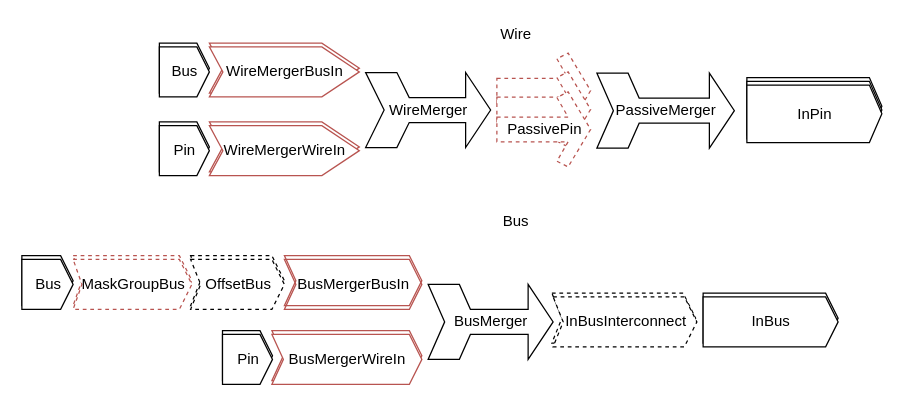
kopavel/KiCadLogicalSchemeSimulator keeps this draw.io diagram as stuff/model.drawio. Above is the earlier version. Source tidied: cells renumbered, new cells numbered last; positions are measured from the earlier drawing's top-left corner, leaving out a move shared by most shapes. Both pictures are drawn from the tidied source at 125%, with x=0, y=0 at pixel (21, 21).
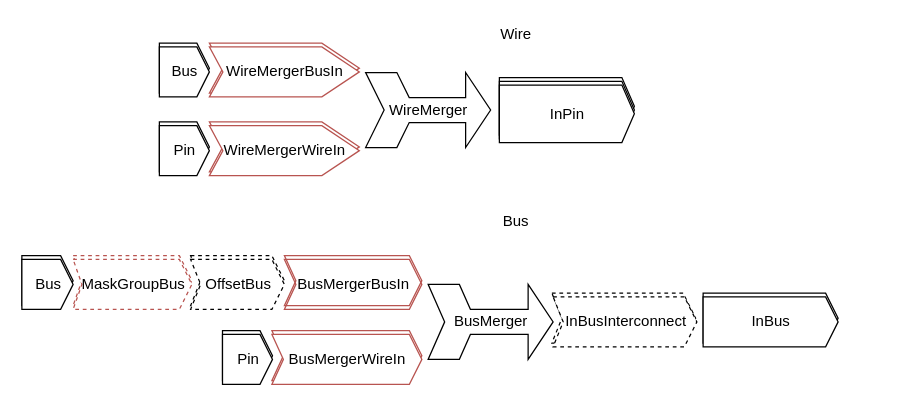
Above is the later version.

Change to the diagram source:
```diff
@@
-    <mxCell id="2" style="html=1;shadow=0;dashed=1;align=center;verticalAlign=middle;shape=mxgraph.arrows2.sharpArrow2;dy1=0.67;dx1=18;dx2=18;dy3=0.15;dx3=27;notch=0;strokeColor=#B85450;" parent="1" vertex="1">
-      <mxGeometry x="380" y="25" width="75" height="60" as="geometry" />
-    </mxCell>
@@
-    <mxCell id="14" style="html=1;shadow=0;dashed=1;align=center;verticalAlign=middle;shape=mxgraph.arrows2.sharpArrow2;dy1=0.67;dx1=18;dx2=18;dy3=0.15;dx3=27;notch=0;strokeColor=#B85450;" parent="1" vertex="1">
-      <mxGeometry x="380" y="40" width="75" height="60" as="geometry" />
-    </mxCell>
     <mxCell id="15" value="&lt;div style=&quot;background-color: #ffffff ; color: #080808&quot;&gt;&lt;pre style=&quot;font-family: &amp;#34;lucida console&amp;#34; , monospace ; font-size: 9 8pt&quot;&gt;&lt;br&gt;&lt;/pre&gt;&lt;/div&gt;" style="html=1;shadow=0;dashed=0;align=center;verticalAlign=middle;shape=mxgraph.arrows2.arrow;dy=0;dx=10;notch=0;" parent="1" vertex="1">
-      <mxGeometry x="580" y="44.5" width="108" height="46" as="geometry" />
+      <mxGeometry x="382" y="44.5" width="108" height="46" as="geometry" />
     </mxCell>
@@
     <mxCell id="17" value="&lt;div style=&quot;background-color: #ffffff ; color: #080808&quot;&gt;&lt;pre style=&quot;font-family: &amp;#34;lucida console&amp;#34; , monospace ; font-size: 9 8pt&quot;&gt;&lt;br&gt;&lt;/pre&gt;&lt;/div&gt;" style="html=1;shadow=0;dashed=0;align=center;verticalAlign=middle;shape=mxgraph.arrows2.arrow;dy=0;dx=10;notch=0;" parent="1" vertex="1">
-      <mxGeometry x="580" y="47.5" width="108" height="46" as="geometry" />
+      <mxGeometry x="382" y="47.5" width="108" height="46" as="geometry" />
     </mxCell>
     <mxCell id="18" value="InPin" style="html=1;shadow=0;dashed=0;align=center;verticalAlign=middle;shape=mxgraph.arrows2.arrow;dy=0;dx=10;notch=0;" parent="1" vertex="1">
-      <mxGeometry x="580" y="50.5" width="108" height="46" as="geometry" />
+      <mxGeometry x="382" y="50.5" width="108" height="46" as="geometry" />
     </mxCell>
@@
-    <mxCell id="35" value="PassivePin" style="html=1;shadow=0;dashed=1;align=center;verticalAlign=middle;shape=mxgraph.arrows2.sharpArrow2;dy1=0.67;dx1=18;dx2=18;dy3=0.15;dx3=27;notch=0;strokeColor=#B85450;" parent="1" vertex="1">
-      <mxGeometry x="380" y="56" width="75" height="60" as="geometry" />
-    </mxCell>
-    <mxCell id="36" value="PassiveMerger" style="html=1;shadow=0;dashed=0;align=center;verticalAlign=middle;shape=mxgraph.arrows2.tailedNotchedArrow;dy1=10;dx1=20;notch=13.24;arrowHead=20;dx2=25;dy2=30;" parent="1" vertex="1">
-      <mxGeometry x="460" y="41" width="110" height="60" as="geometry" />
-    </mxCell>
```
